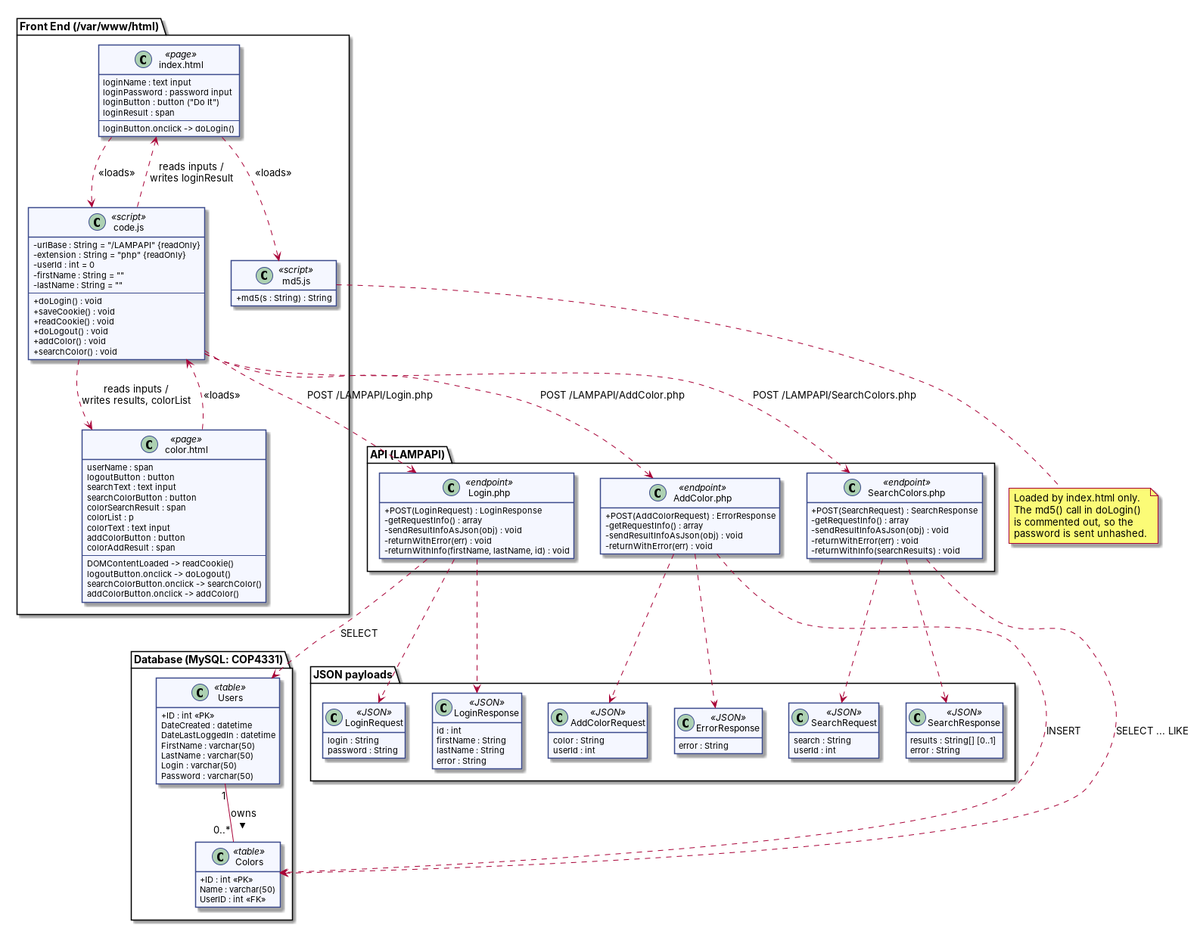
Earlier version of the PlantUML export docs/uml/class.png (MayankKotla/COLORS-lab). Its source is kept beside it as docs/uml/class.puml.
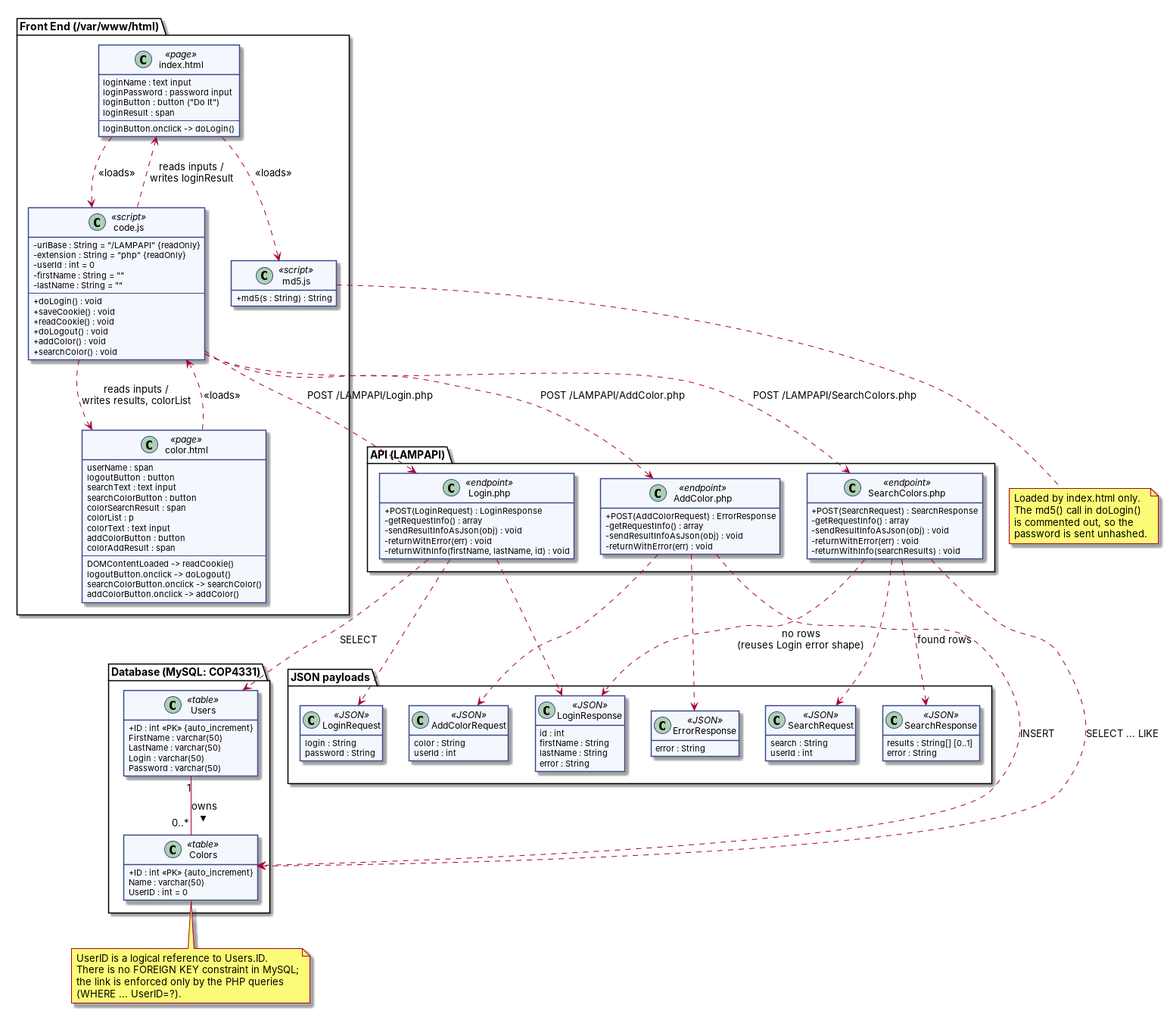
After the commit.

Commit message:
Fix UML: match actual DB schema and Login.php responses

The edit, as a diff of the source:
```diff
@@ -87,9 +87,7 @@
 
 package "Database (MySQL: COP4331)" {
   class Users <<table>> {
-    + ID : int <<PK>>
-    DateCreated : datetime
-    DateLastLoggedIn : datetime
+    + ID : int <<PK>> {auto_increment}
     {field} FirstName : varchar(50)
     {field} LastName : varchar(50)
     {field} Login : varchar(50)
@@ -97,9 +95,9 @@
   }
 
   class Colors <<table>> {
-    + ID : int <<PK>>
+    + ID : int <<PK>> {auto_increment}
     {field} Name : varchar(50)
-    UserID : int <<FK>>
+    UserID : int = 0
   }
 }
 
@@ -147,11 +145,19 @@
 AddAPI ..> AddColorRequest
 AddAPI ..> ErrorResponse
 SearchAPI ..> SearchRequest
-SearchAPI ..> SearchResponse
+SearchAPI ..> SearchResponse : found rows
+SearchAPI ..> LoginResponse : no rows\n(reuses Login error shape)
 
 LoginAPI ..> Users : SELECT
 AddAPI ..> Colors : INSERT
 SearchAPI ..> Colors : SELECT ... LIKE
 
 Users "1" -- "0..*" Colors : owns >
+
+note bottom of Colors
+  UserID is a logical reference to Users.ID.
+  There is no FOREIGN KEY constraint in MySQL;
+  the link is enforced only by the PHP queries
+  (WHERE ... UserID=?).
+end note
 @enduml
```
